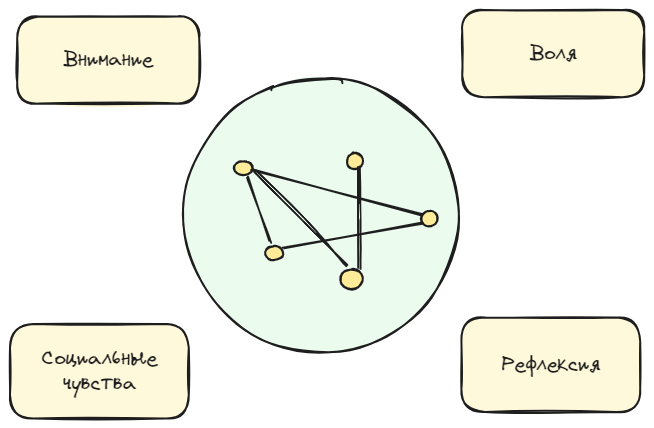
Above: diplom/assets/pedagogic/psy/vpf.excalidraw.png in NMashalov/EducationGenerativeModelApplication (Excalidraw), before the change. Source tidied: one line per element, renumbered; positions are measured from the earlier drawing's top-left corner, leaving out a move shared by most shapes.
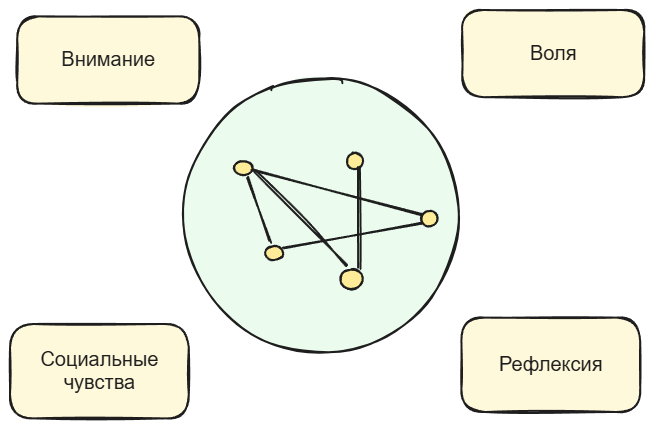
Later version of the same file.

The edit, as a diff of the source:
```diff
@@ -10,10 +10,10 @@
 {"id": 9, "type": "line", "strokeColor": "#1e1e1e", "strokeWidth": 2, "roughness": 1, "round": true, "x": 245, "y": 162, "width": 93, "height": 93, "points": [[0, 0], [53, 52], [93, 93]]}
 {"id": 10, "type": "line", "strokeColor": "#1e1e1e", "strokeWidth": 2, "roughness": 1, "round": true, "x": 274, "y": 237, "width": 138, "height": 24, "points": [[0, 0], [138, -24]]}
 {"id": 11, "type": "rectangle", "strokeColor": "#1e1e1e", "backgroundColor": "#fff9db", "fillStyle": "solid", "strokeWidth": 2, "roughness": 1, "round": true, "x": 7, "y": 6, "width": 182, "height": 87}
-{"id": 12, "type": "text", "text": "Внимание", "strokeColor": "#1e1e1e", "strokeWidth": 2, "roughness": 1, "fontSize": 20, "fontFamily": 1, "textAlign": "center", "verticalAlign": "middle", "inside": 11, "x": 53, "y": 37, "width": 90, "height": 25}
+{"id": 12, "type": "text", "text": "Внимание", "strokeColor": "#1e1e1e", "strokeWidth": 2, "roughness": 1, "fontSize": 20, "fontFamily": 2, "textAlign": "center", "verticalAlign": "middle", "inside": 11, "x": 51, "y": 38, "width": 94, "height": 23}
 {"id": 13, "type": "rectangle", "strokeColor": "#1e1e1e", "backgroundColor": "#fff9db", "fillStyle": "solid", "strokeWidth": 2, "roughness": 1, "round": true, "x": 452, "y": 0, "width": 182, "height": 87}
-{"id": 14, "type": "text", "text": "Воля", "strokeColor": "#1e1e1e", "strokeWidth": 2, "roughness": 1, "fontSize": 20, "fontFamily": 1, "textAlign": "center", "verticalAlign": "middle", "inside": 13, "x": 520, "y": 31, "width": 47, "height": 25}
+{"id": 14, "type": "text", "text": "Воля", "strokeColor": "#1e1e1e", "strokeWidth": 2, "roughness": 1, "fontSize": 20, "fontFamily": 2, "textAlign": "center", "verticalAlign": "middle", "inside": 13, "x": 520, "y": 32, "width": 47, "height": 23}
 {"id": 15, "type": "rectangle", "strokeColor": "#1e1e1e", "backgroundColor": "#fff9db", "fillStyle": "solid", "strokeWidth": 2, "roughness": 1, "round": true, "x": 0, "y": 314, "width": 179, "height": 94}
-{"id": 16, "type": "text", "text": "Социальные\nчувства", "strokeColor": "#1e1e1e", "strokeWidth": 2, "roughness": 1, "fontSize": 20, "fontFamily": 1, "textAlign": "center", "verticalAlign": "middle", "inside": 15, "x": 32, "y": 336, "width": 116, "height": 50}
+{"id": 16, "type": "text", "text": "Социальные\nчувства", "strokeColor": "#1e1e1e", "strokeWidth": 2, "roughness": 1, "fontSize": 20, "fontFamily": 2, "textAlign": "center", "verticalAlign": "middle", "inside": 15, "x": 30, "y": 338, "width": 118, "height": 46}
 {"id": 17, "type": "rectangle", "strokeColor": "#1e1e1e", "backgroundColor": "#fff9db", "fillStyle": "solid", "strokeWidth": 2, "roughness": 1, "round": true, "x": 451, "y": 308, "width": 179, "height": 94}
-{"id": 18, "type": "text", "text": "Рефлексия", "strokeColor": "#1e1e1e", "strokeWidth": 2, "roughness": 1, "fontSize": 20, "fontFamily": 1, "textAlign": "center", "verticalAlign": "middle", "inside": 17, "x": 491, "y": 342, "width": 99, "height": 25}
+{"id": 18, "type": "text", "text": "Рефлексия", "strokeColor": "#1e1e1e", "strokeWidth": 2, "roughness": 1, "fontSize": 20, "fontFamily": 2, "textAlign": "center", "verticalAlign": "middle", "inside": 17, "x": 489, "y": 343, "width": 103, "height": 23}
```
